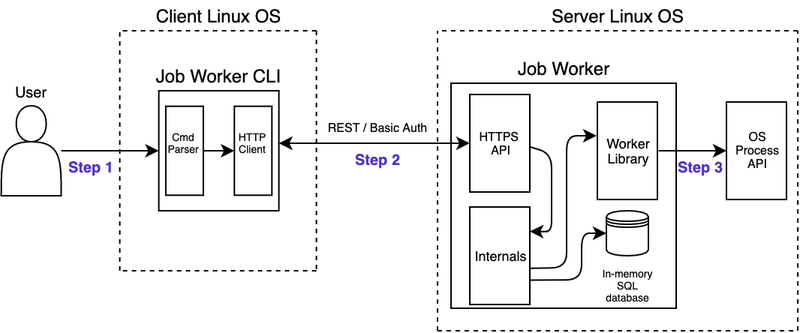
Earlier version of the draw.io export assets/images/architecture.png (lucasbfernandes/job-worker). Source tidied: cells renumbered, new cells last; positions are measured from the earlier drawing's top-left corner, leaving out a move shared by most shapes.
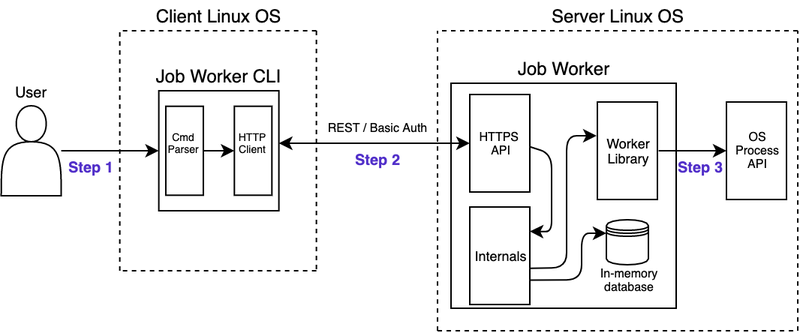
After the change.

Commit message:
changing from SQL database to in-memory database without sql

What changed in the source:
```diff
@@ -116,10 +116,10 @@
       <mxGeometry x="95.3" width="100" height="20" as="geometry" />
     </mxCell>
     <mxCell id="30" style="shape=datastore;whiteSpace=wrap;html=1;labelBackgroundColor=none;fontSize=8;fontColor=#512FC9;fillColor=none;" parent="1" vertex="1">
-      <mxGeometry x="403.5" y="140" width="28" height="30" as="geometry" />
+      <mxGeometry x="403.5" y="146" width="28" height="30" as="geometry" />
     </mxCell>
-    <mxCell id="31" value="In-memory SQL database" style="text;html=1;strokeColor=none;fillColor=none;align=center;verticalAlign=middle;whiteSpace=wrap;rounded=0;labelBackgroundColor=none;fontSize=7;" parent="1" vertex="1">
-      <mxGeometry x="397.5" y="180" width="40" height="20" as="geometry" />
+    <mxCell id="31" value="In-memory database" style="text;html=1;strokeColor=none;fillColor=none;align=center;verticalAlign=middle;whiteSpace=wrap;rounded=0;labelBackgroundColor=none;fontSize=8;" parent="1" vertex="1">
+      <mxGeometry x="397" y="176" width="43.5" height="20" as="geometry" />
     </mxCell>
     <mxCell id="32" style="rounded=0;whiteSpace=wrap;html=1;fontSize=10;rotation=-90;direction=east;fillColor=none;" parent="1" vertex="1">
       <mxGeometry x="300" y="150" width="65" height="40" as="geometry" />
@@ -144,7 +144,7 @@
         </Array>
       </mxGeometry>
     </mxCell>
-    <mxCell id="36" style="endArrow=classic;html=1;fontSize=9;fontColor=#000000;strokeColor=#000000;entryX=0;entryY=0.5;entryDx=0;entryDy=0;exitX=0.25;exitY=1;exitDx=0;exitDy=0;" parent="1" edge="1" source="32" target="30">
+    <mxCell id="36" style="endArrow=classic;html=1;fontSize=9;fontColor=#000000;strokeColor=#000000;entryX=0;entryY=0.3;entryDx=0;entryDy=0;exitX=0.25;exitY=1;exitDx=0;exitDy=0;" parent="1" edge="1" source="32" target="30">
       <mxGeometry relative="1" as="geometry">
         <Array as="points">
           <mxPoint x="387" y="186" />
```
